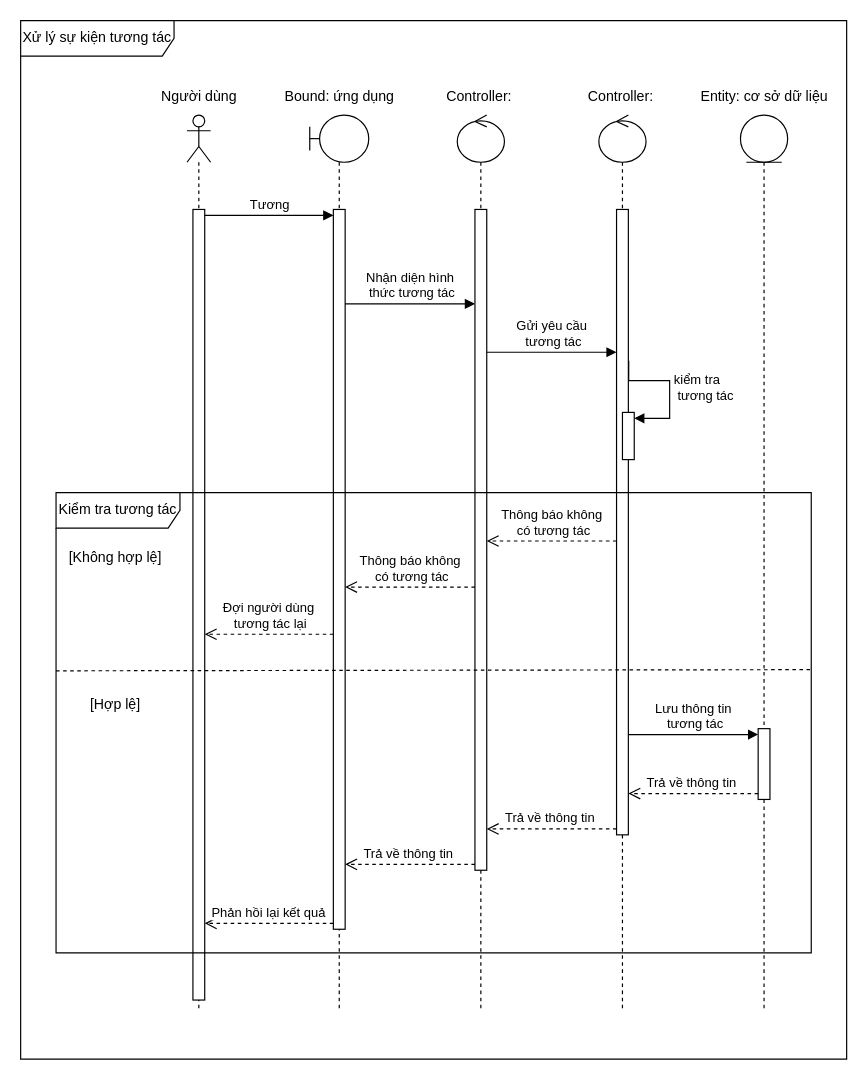
Earlier version of the draw.io diagram page "Page-1" (1 of 4) of sequence_diagram.drawio (LTDat-HustK65/main-system). Source tidied: cells renumbered, new cells numbered last; positions are measured from the earlier drawing's top-left corner, leaving out a move shared by most shapes. Both pictures are drawn from the tidied source at 118%, with x=0, y=0 at pixel (20, 20).
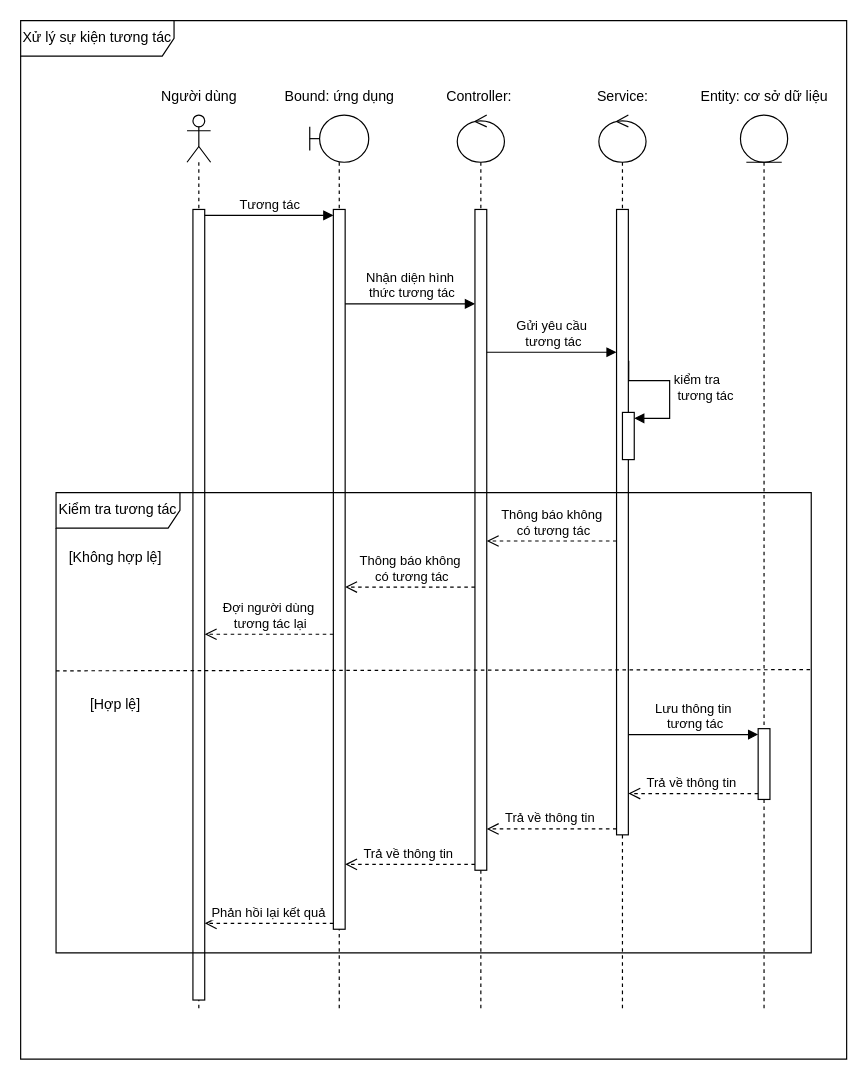
The same page after the edit.

Unchanged cells that the change refers to:
```xml
<mxCell id="3" style="html=1;points=[[0,0,0,0,5],[0,1,0,0,-5],[1,0,0,0,5],[1,1,0,0,-5]];perimeter=orthogonalPerimeter;outlineConnect=0;targetShapes=umlLifeline;portConstraint=eastwest;newEdgeStyle={&quot;curved&quot;:0,&quot;rounded&quot;:0};" parent="2" vertex="1">
  <mxGeometry x="5" y="80" width="10" height="670" as="geometry" />
</mxCell>
<mxCell id="5" style="html=1;points=[[0,0,0,0,5],[0,1,0,0,-5],[1,0,0,0,5],[1,1,0,0,-5]];perimeter=orthogonalPerimeter;outlineConnect=0;targetShapes=umlLifeline;portConstraint=eastwest;newEdgeStyle={&quot;curved&quot;:0,&quot;rounded&quot;:0};" parent="4" vertex="1">
  <mxGeometry x="20" y="80" width="10" height="610" as="geometry" />
</mxCell>
```

Change to the diagram source:
```diff
@@
-    <mxCell id="17" value="Controller:&amp;nbsp;" style="text;html=1;align=center;verticalAlign=middle;strokeColor=none;fillColor=none;" parent="1" vertex="1">
-      <mxGeometry x="470" y="50" width="80" height="30" as="geometry" />
+    <mxCell id="17" value="Service:" style="text;html=1;align=center;verticalAlign=middle;strokeColor=none;fillColor=none;" parent="1" vertex="1">
+      <mxGeometry x="475" y="50" width="70" height="30" as="geometry" />
     </mxCell>
@@
-    <mxCell id="19" value="Tương" style="html=1;verticalAlign=bottom;endArrow=block;curved=0;rounded=0;exitX=1;exitY=0;exitDx=0;exitDy=5;exitPerimeter=0;entryX=0;entryY=0;entryDx=0;entryDy=5;entryPerimeter=0;" parent="1" edge="1" source="3" target="5">
+    <mxCell id="19" value="Tương tác" style="html=1;verticalAlign=bottom;endArrow=block;curved=0;rounded=0;exitX=1;exitY=0;exitDx=0;exitDy=5;exitPerimeter=0;entryX=0;entryY=0;entryDx=0;entryDy=5;entryPerimeter=0;" parent="1" edge="1" source="3" target="5">
       <mxGeometry relative="1" as="geometry" />
     </mxCell>
```
